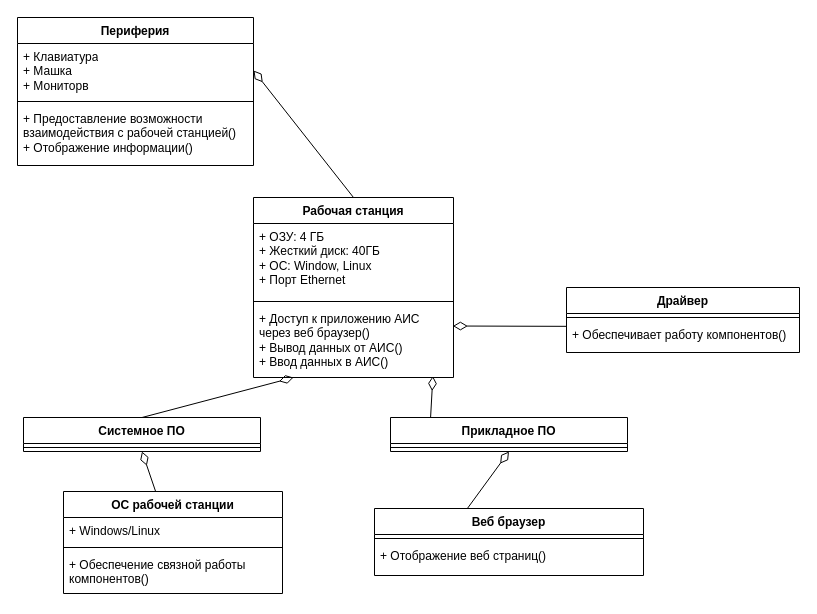
This is Определение модели НООП "Рабочая станция".drawio from hiff0/db-city-council, a draw.io file, before an edit. Source tidied: cells renumbered, new cells numbered last; positions are measured from the earlier drawing's top-left corner, leaving out a move shared by most shapes. Both pictures are drawn from the tidied source at 100%, with x=0, y=0 at pixel (17, 17).
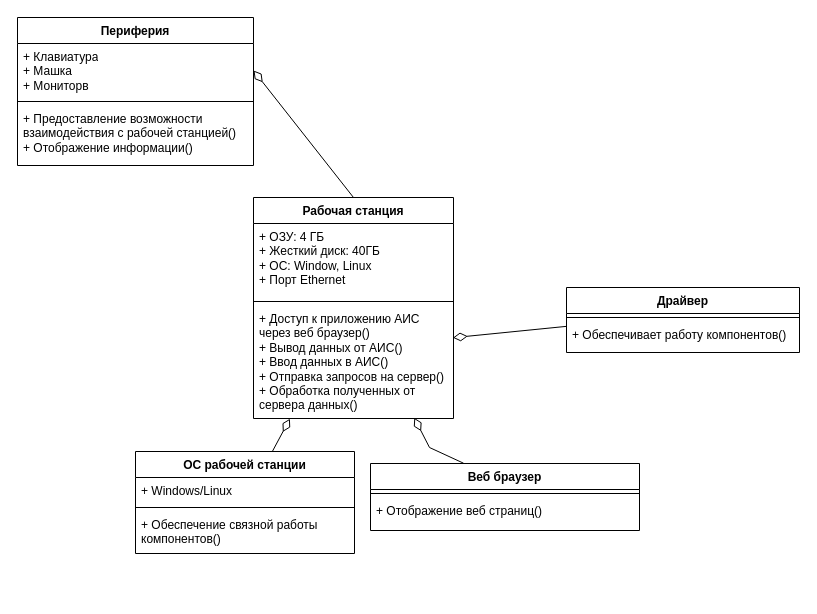
The same diagram, later.

Change to the diagram source:
```diff
@@
-    <mxCell id="2" value="Системное ПО" style="swimlane;fontStyle=1;align=center;verticalAlign=top;horizontal=1;startSize=26;whiteSpace=wrap;html=1;" parent="1" vertex="1">
-      <mxGeometry x="6" y="400" width="237" height="34" as="geometry" />
-    </mxCell>
-    <mxCell id="3" style="line;strokeWidth=1;fillColor=none;align=left;verticalAlign=middle;spacingTop=-1;spacingLeft=3;spacingRight=3;labelPosition=right;strokeColor=inherit;" parent="2" vertex="1">
-      <mxGeometry y="26" width="237" height="8" as="geometry" />
-    </mxCell>
-    <mxCell id="4" value="Прикладное ПО" style="swimlane;fontStyle=1;align=center;verticalAlign=top;horizontal=1;startSize=26;whiteSpace=wrap;html=1;" parent="1" vertex="1">
-      <mxGeometry x="373" y="400" width="237" height="34" as="geometry" />
-    </mxCell>
-    <mxCell id="5" style="line;strokeWidth=1;fillColor=none;align=left;verticalAlign=middle;spacingTop=-1;spacingLeft=3;spacingRight=3;labelPosition=right;strokeColor=inherit;" parent="4" vertex="1">
-      <mxGeometry y="26" width="237" height="8" as="geometry" />
-    </mxCell>
     <mxCell id="6" value="Веб браузер" style="swimlane;fontStyle=1;align=center;verticalAlign=top;horizontal=1;startSize=26;whiteSpace=wrap;html=1;" parent="1" vertex="1">
-      <mxGeometry x="357" y="491" width="269" height="67" as="geometry" />
+      <mxGeometry x="353" y="446" width="269" height="67" as="geometry" />
     </mxCell>
@@
-    <mxCell id="9" style="endArrow=diamondThin;endFill=0;endSize=12;html=1;rounded=0;entryX=0.897;entryY=0.98;entryDx=0;entryDy=0;entryPerimeter=0;exitX=0.169;exitY=0.014;exitDx=0;exitDy=0;exitPerimeter=0;" parent="1" edge="1" source="4" target="15">
-      <mxGeometry relative="1" as="geometry" />
-    </mxCell>
-    <mxCell id="10" style="endArrow=diamondThin;endFill=0;endSize=12;html=1;rounded=0;entryX=0.5;entryY=1;entryDx=0;entryDy=0;" parent="1" edge="1" source="21" target="2">
+    <mxCell id="10" style="endArrow=diamondThin;endFill=0;endSize=12;html=1;rounded=0;entryX=0.182;entryY=1.002;entryDx=0;entryDy=0;entryPerimeter=0;" parent="1" edge="1" source="21" target="15">
       <mxGeometry relative="1" as="geometry" />
     </mxCell>
-    <mxCell id="11" style="endArrow=diamondThin;endFill=0;endSize=12;html=1;rounded=0;exitX=0.346;exitY=-0.004;exitDx=0;exitDy=0;exitPerimeter=0;entryX=0.5;entryY=1;entryDx=0;entryDy=0;" parent="1" edge="1" source="6" target="4">
-      <mxGeometry relative="1" as="geometry" />
+    <mxCell id="11" style="endArrow=diamondThin;endFill=0;endSize=12;html=1;rounded=0;exitX=0.346;exitY=-0.004;exitDx=0;exitDy=0;exitPerimeter=0;entryX=0.804;entryY=0.994;entryDx=0;entryDy=0;entryPerimeter=0;" parent="1" edge="1" source="6" target="15">
+      <mxGeometry relative="1" as="geometry">
+        <Array as="points">
+          <mxPoint x="412" y="430" />
+        </Array>
+      </mxGeometry>
     </mxCell>
     <mxCell id="12" value="Рабочая станция" style="swimlane;fontStyle=1;align=center;verticalAlign=top;horizontal=1;startSize=26;whiteSpace=wrap;html=1;" parent="1" vertex="1">
-      <mxGeometry x="236" y="180" width="200" height="180" as="geometry" />
+      <mxGeometry x="236" y="180" width="200" height="221" as="geometry" />
     </mxCell>
@@
-    <mxCell id="15" value="+ Доступ к приложению АИС через веб браузер()&lt;div&gt;+ Вывод данных от АИС()&lt;/div&gt;&lt;div&gt;+ Ввод данных в АИС()&lt;/div&gt;" style="text;strokeColor=none;fillColor=none;align=left;verticalAlign=top;spacingLeft=4;spacingRight=4;overflow=hidden;points=[[0,0.5],[1,0.5]];portConstraint=eastwest;whiteSpace=wrap;html=1;" parent="12" vertex="1">
-      <mxGeometry y="108" width="200" height="72" as="geometry" />
+    <mxCell id="15" value="+ Доступ к приложению АИС через веб браузер()&lt;div&gt;+ Вывод данных от АИС()&lt;/div&gt;&lt;div&gt;+ Ввод данных в АИС()&lt;/div&gt;&lt;div&gt;+ Отправка запросов на сервер()&lt;/div&gt;&lt;div&gt;+ Обработка полученных от сервера данных()&lt;/div&gt;" style="text;strokeColor=none;fillColor=none;align=left;verticalAlign=top;spacingLeft=4;spacingRight=4;overflow=hidden;points=[[0,0.5],[1,0.5]];portConstraint=eastwest;whiteSpace=wrap;html=1;" parent="12" vertex="1">
+      <mxGeometry y="108" width="200" height="113" as="geometry" />
     </mxCell>
-    <mxCell id="16" style="endArrow=diamondThin;endFill=0;endSize=12;html=1;rounded=0;entryX=0.897;entryY=0.98;entryDx=0;entryDy=0;entryPerimeter=0;exitX=0.5;exitY=0;exitDx=0;exitDy=0;" parent="1" edge="1" source="2">
-      <mxGeometry relative="1" as="geometry">
-        <mxPoint x="276" y="360" as="targetPoint" />
-      </mxGeometry>
-    </mxCell>
@@
     <mxCell id="21" value="ОС рабочей станции" style="swimlane;fontStyle=1;align=center;verticalAlign=top;horizontal=1;startSize=26;whiteSpace=wrap;html=1;" parent="1" vertex="1">
-      <mxGeometry x="46" y="474" width="219" height="102" as="geometry" />
+      <mxGeometry x="118" y="434" width="219" height="102" as="geometry" />
     </mxCell>
```
